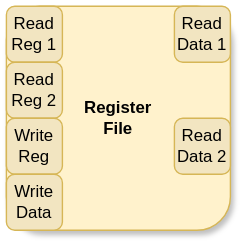
The draw.io diagram PathwaysInsideProcessor/PathwaysInsideProcessor/Assets/RF.svg in karthik122004/Pathways, before a commit. Source tidied: cells renumbered, new cells last; positions are measured from the earlier drawing's top-left corner, leaving out a move shared by most shapes.
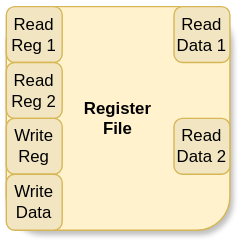
The same diagram one commit later.

The edit, as a diff of the source:
```diff
@@ -2,25 +2,31 @@
   <root>
     <mxCell id="0" />
     <mxCell id="1" parent="0" />
+    <mxCell id="9" style="group;" parent="1" vertex="1">
+      <mxGeometry x="570" y="-280" width="160" height="160" as="geometry" />
+    </mxCell>
+    <mxCell id="10" style="group;" parent="9" vertex="1">
+      <mxGeometry width="160" height="160" as="geometry" />
+    </mxCell>
-    <mxCell id="2" value="&lt;b&gt;Register&lt;/b&gt;&lt;div&gt;&lt;b&gt;File&lt;/b&gt;&lt;/div&gt;" style="rounded=1;whiteSpace=wrap;html=1;shadow=1;fillColor=#fff2cc;strokeColor=#d6b656;" parent="1" vertex="1">
+    <mxCell id="2" value="&lt;b&gt;Register&lt;/b&gt;&lt;div&gt;&lt;b&gt;File&lt;/b&gt;&lt;/div&gt;" style="rounded=1;whiteSpace=wrap;html=1;shadow=1;fillColor=#fff2cc;strokeColor=#d6b656;" parent="10" vertex="1">
       <mxGeometry width="160" height="160" as="geometry" />
     </mxCell>
-    <mxCell id="3" value="Read Reg 1" style="rounded=1;whiteSpace=wrap;html=1;perimeterSpacing=1;fillColor=#F2E5C1;strokeColor=#d6b656;" parent="1" vertex="1">
+    <mxCell id="3" value="Read Reg 1" style="rounded=1;whiteSpace=wrap;html=1;perimeterSpacing=1;fillColor=#F2E5C1;strokeColor=#d6b656;" parent="10" vertex="1">
       <mxGeometry width="40" height="40" as="geometry" />
     </mxCell>
-    <mxCell id="4" value="Read Reg 2" style="rounded=1;whiteSpace=wrap;html=1;fillColor=#F2E5C1;strokeColor=#d6b656;" parent="1" vertex="1">
+    <mxCell id="4" value="Read Reg 2" style="rounded=1;whiteSpace=wrap;html=1;fillColor=#F2E5C1;strokeColor=#d6b656;" parent="10" vertex="1">
       <mxGeometry y="40" width="40" height="40" as="geometry" />
     </mxCell>
-    <mxCell id="5" value="Write Reg" style="rounded=1;whiteSpace=wrap;html=1;fillColor=#F2E5C1;strokeColor=#d6b656;" parent="1" vertex="1">
+    <mxCell id="5" value="Write Reg" style="rounded=1;whiteSpace=wrap;html=1;fillColor=#F2E5C1;strokeColor=#d6b656;" parent="10" vertex="1">
       <mxGeometry y="80" width="40" height="40" as="geometry" />
     </mxCell>
-    <mxCell id="6" value="Write Data" style="rounded=1;whiteSpace=wrap;html=1;fillColor=#F2E5C1;strokeColor=#d6b656;" parent="1" vertex="1">
+    <mxCell id="6" value="Write Data" style="rounded=1;whiteSpace=wrap;html=1;fillColor=#F2E5C1;strokeColor=#d6b656;" parent="10" vertex="1">
       <mxGeometry y="120" width="40" height="40" as="geometry" />
     </mxCell>
-    <mxCell id="7" value="Read Data 1" style="rounded=1;whiteSpace=wrap;html=1;fillColor=#F2E5C1;strokeColor=#d6b656;" parent="1" vertex="1">
+    <mxCell id="7" value="Read Data 1" style="rounded=1;whiteSpace=wrap;html=1;fillColor=#F2E5C1;strokeColor=#d6b656;" parent="10" vertex="1">
       <mxGeometry x="120" width="40" height="40" as="geometry" />
     </mxCell>
-    <mxCell id="8" value="Read Data 2" style="rounded=1;whiteSpace=wrap;html=1;fillColor=#F2E5C1;strokeColor=#d6b656;" parent="1" vertex="1">
+    <mxCell id="8" value="Read Data 2" style="rounded=1;whiteSpace=wrap;html=1;fillColor=#F2E5C1;strokeColor=#d6b656;" parent="10" vertex="1">
       <mxGeometry x="120" y="80" width="40" height="40" as="geometry" />
     </mxCell>
   </root>
```
